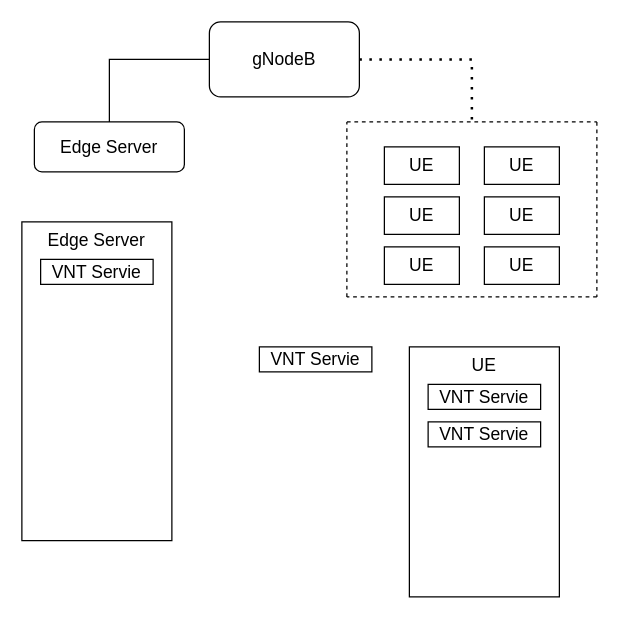
The draw.io diagram Edge_Internet_Structure.drawio in 108703054nccu/Edge_Computing_Schedule, before the edit. Source tidied: cells renumbered, new cells numbered last; positions are measured from the earlier drawing's top-left corner, leaving out a move shared by most shapes. Both pictures are drawn from the tidied source at 125%, with x=0, y=0 at pixel (21, 21).
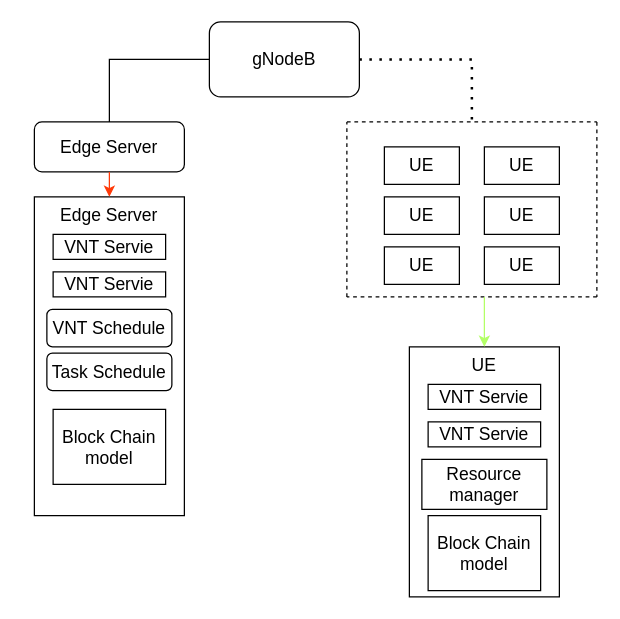
The same diagram, later.

The change refers to these unchanged cells:
```xml
<mxCell id="15" value="Edge Server" style="rounded=1;whiteSpace=wrap;html=1;fontSize=14;" parent="1" vertex="1">
  <mxGeometry x="10" y="80" width="120" height="40" as="geometry" />
</mxCell>
<mxCell id="16" value="UE" style="rounded=0;whiteSpace=wrap;html=1;fontSize=14;verticalAlign=top;" parent="1" vertex="1">
  <mxGeometry x="310" y="260" width="120" height="200" as="geometry" />
</mxCell>
```

The edit, as a diff of the source:
```diff
@@
     <mxCell id="19" value="Edge Server" style="rounded=0;whiteSpace=wrap;html=1;fontSize=14;verticalAlign=top;" parent="1" vertex="1">
-      <mxGeometry y="160" width="120" height="255" as="geometry" />
+      <mxGeometry x="10" y="140" width="120" height="255" as="geometry" />
     </mxCell>
     <mxCell id="20" value="VNT Servie" style="rounded=0;whiteSpace=wrap;html=1;fontSize=14;" parent="1" vertex="1">
-      <mxGeometry x="15" y="190" width="90" height="20" as="geometry" />
+      <mxGeometry x="25" y="170" width="90" height="20" as="geometry" />
     </mxCell>
     <mxCell id="21" value="VNT Servie" style="rounded=0;whiteSpace=wrap;html=1;fontSize=14;" parent="1" vertex="1">
-      <mxGeometry x="190" y="260" width="90" height="20" as="geometry" />
+      <mxGeometry x="25" y="200" width="90" height="20" as="geometry" />
     </mxCell>
+    <mxCell id="22" value="VNT Schedule" style="rounded=1;whiteSpace=wrap;html=1;fontSize=14;" parent="1" vertex="1">
+      <mxGeometry x="20" y="230" width="100" height="30" as="geometry" />
+    </mxCell>
+    <mxCell id="23" value="Task Schedule" style="rounded=1;whiteSpace=wrap;html=1;fontSize=14;" parent="1" vertex="1">
+      <mxGeometry x="20" y="265" width="100" height="30" as="geometry" />
+    </mxCell>
+    <mxCell id="24" value="Block Chain model" style="rounded=0;whiteSpace=wrap;html=1;fontSize=14;" parent="1" vertex="1">
+      <mxGeometry x="25" y="310" width="90" height="60" as="geometry" />
+    </mxCell>
+    <mxCell id="25" value="Block Chain model" style="rounded=0;whiteSpace=wrap;html=1;fontSize=14;" parent="1" vertex="1">
+      <mxGeometry x="325" y="395" width="90" height="60" as="geometry" />
+    </mxCell>
+    <mxCell id="26" value="&amp;nbsp;Resource&amp;nbsp;&lt;br&gt;manager" style="rounded=0;whiteSpace=wrap;html=1;fontSize=14;" parent="1" vertex="1">
+      <mxGeometry x="320" y="350" width="100" height="40" as="geometry" />
+    </mxCell>
+    <mxCell id="27" style="endArrow=classic;html=1;rounded=0;fontSize=14;exitX=0.5;exitY=1;exitDx=0;exitDy=0;entryX=0.5;entryY=0;entryDx=0;entryDy=0;strokeColor=#FF3908;" parent="1" edge="1" source="15" target="19">
+      <mxGeometry relative="1" as="geometry" />
+    </mxCell>
+    <mxCell id="28" style="endArrow=classic;html=1;rounded=0;fontSize=14;strokeColor=#B3FF66;entryX=0.5;entryY=0;entryDx=0;entryDy=0;" parent="1" edge="1" target="16">
+      <mxGeometry relative="1" as="geometry">
+        <mxPoint x="370" y="220" as="sourcePoint" />
+      </mxGeometry>
+    </mxCell>
```
